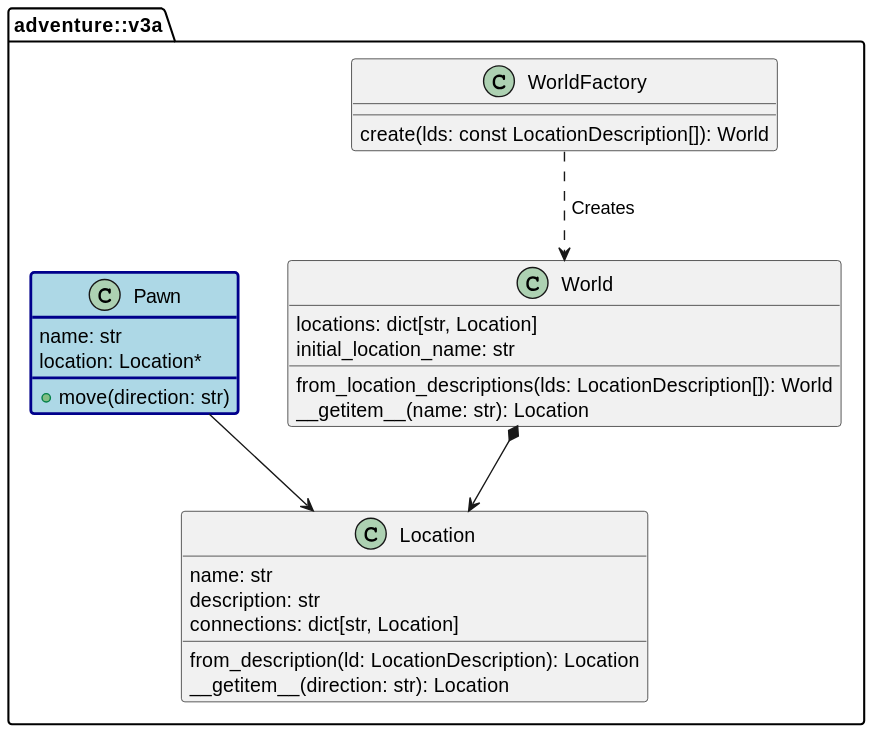
Before: Python/CodeAlong/Woche-2/img/adventure-v3a-overview.svg, a diagram exported from PlantUML (nicolast911/python-clean-arch-de). The source it was exported from:
```plantuml
@startuml
namespace adventure::v3a {
    class Location {
        name: str
        description: str
        connections: dict[str, Location]
        from_description(ld: LocationDescription): Location
        __getitem__(direction: str): Location
    }

    class World {
        locations: dict[str, Location]
        initial_location_name: str
        from_location_descriptions(lds: LocationDescription[]): World
        __getitem__(name: str): Location
    }

    class WorldFactory {
        create(lds: const LocationDescription[]): World
    }

    class Pawn  #line.bold:DarkBlue;back:lightblue {
        name: str
        location: Location*
        +move(direction: str)
    }

    World *--> Location
    WorldFactory ..> World: " Creates"
    Pawn --> Location
@enduml
```
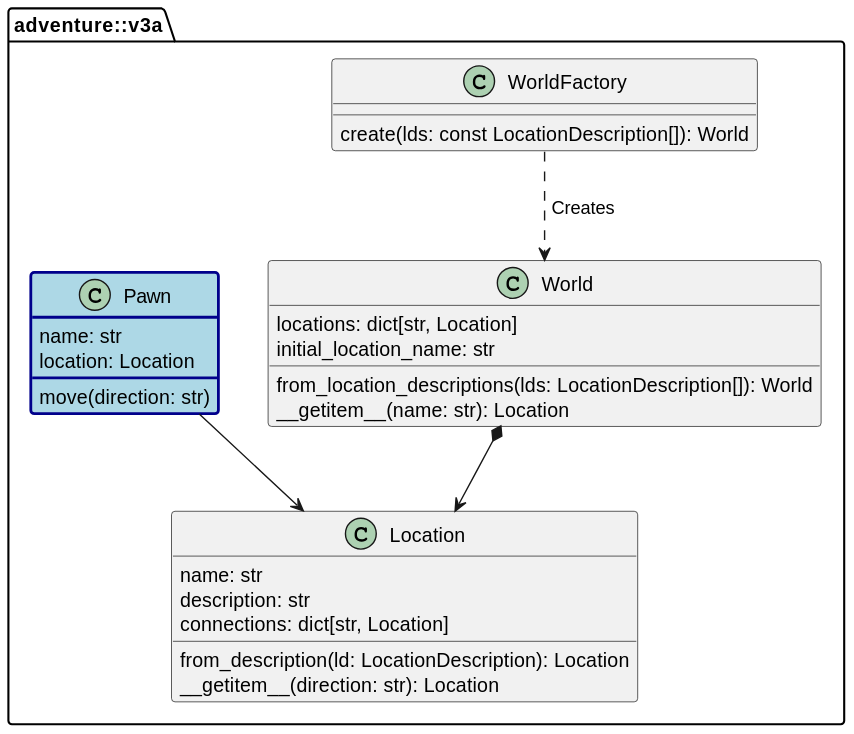
Above is the later version.

The edit, as a diff of the source:
```diff
@@ -21,8 +21,8 @@
 
     class Pawn  #line.bold:DarkBlue;back:lightblue {
         name: str
-        location: Location*
-        +move(direction: str)
+        location: Location
+        move(direction: str)
     }
 
     World *--> Location
```
